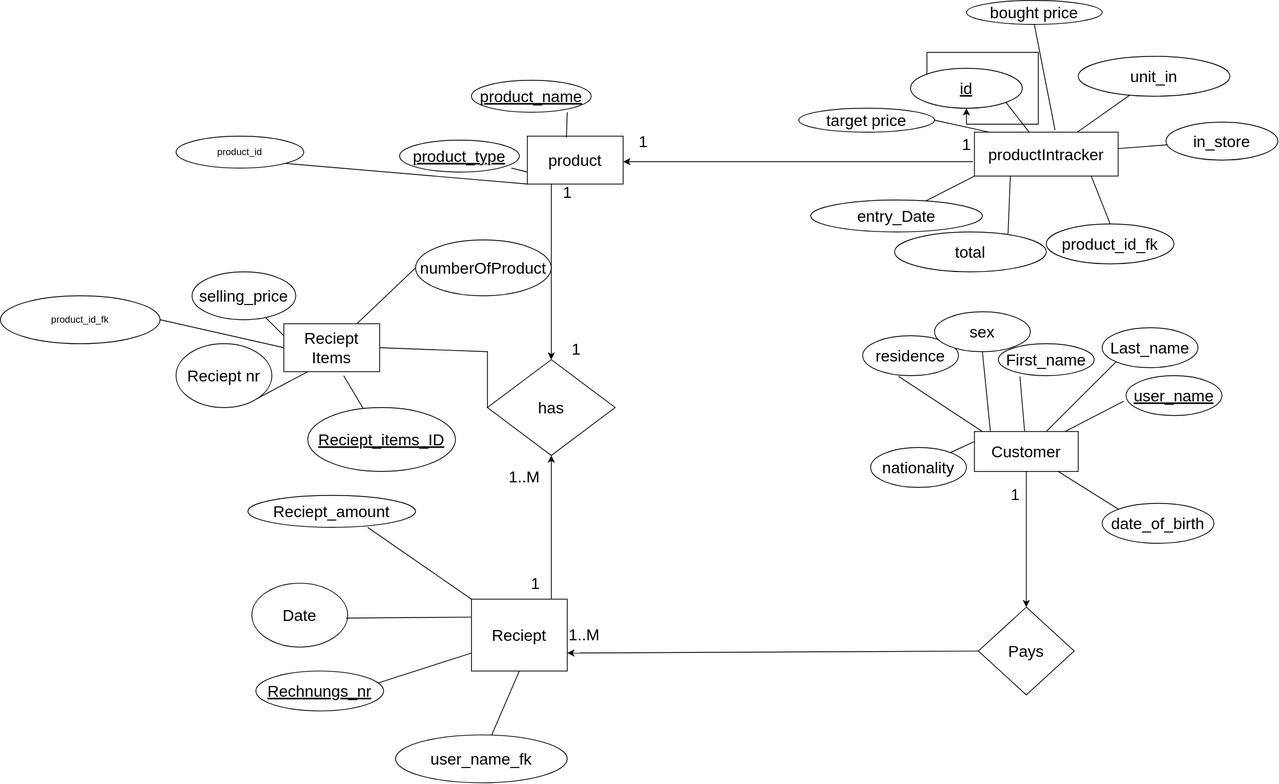
This is svgfiles/DiyaDesktop.svg from bishalmhrjan/JavaFX-Employee-Customer-Product-Manager, a draw.io export, as it was before one commit. Source tidied: cells renumbered, new cells last; positions are measured from the earlier drawing's top-left corner, leaving out a move shared by most shapes.
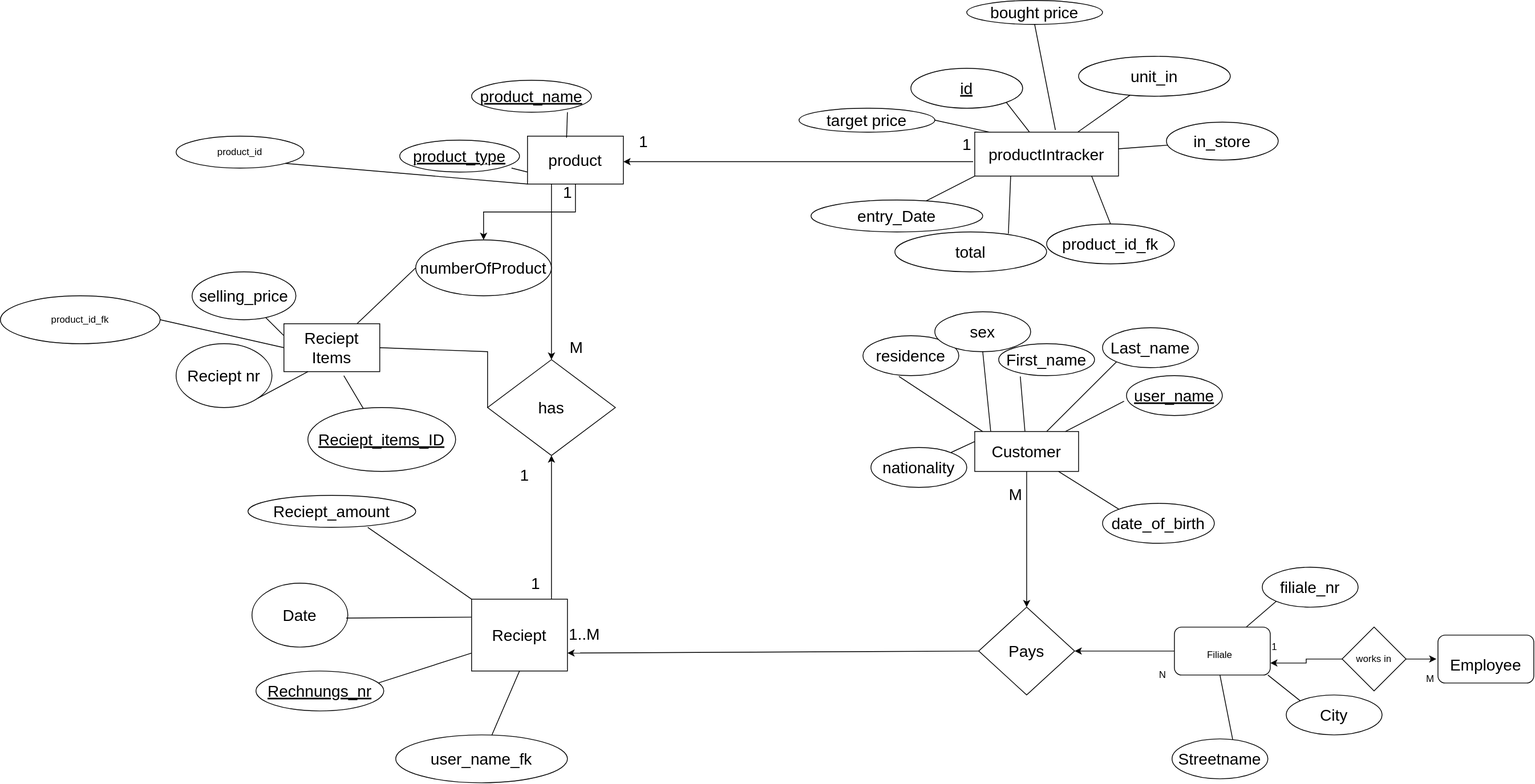
The same file after the commit.

Change to the diagram source:
```diff
@@ -2,6 +2,9 @@
   <root>
     <mxCell id="0" />
     <mxCell id="1" parent="0" />
+    <mxCell id="81" style="edgeStyle=orthogonalEdgeStyle;rounded=0;jettySize=auto;html=1;" parent="1" edge="1" source="2" target="16">
+      <mxGeometry relative="1" as="geometry" />
+    </mxCell>
     <mxCell id="2" value="&lt;font style=&quot;font-size: 20px;&quot;&gt;product&lt;/font&gt;" style="rounded=0;whiteSpace=wrap;html=1;" parent="1" vertex="1">
       <mxGeometry x="660" y="170" width="120" height="60" as="geometry" />
     </mxCell>
@@ -127,7 +130,7 @@
         <mxPoint x="690" y="750" as="sourcePoint" />
       </mxGeometry>
     </mxCell>
-    <mxCell id="40" value="1" style="edgeLabel;html=1;align=center;verticalAlign=middle;fontSize=20;" parent="39" vertex="1">
+    <mxCell id="40" value="M" style="edgeLabel;html=1;align=center;verticalAlign=middle;fontSize=20;" parent="39" vertex="1">
       <mxGeometry x="-0.71" y="-6" relative="1" as="geometry">
         <mxPoint x="24" y="-290" as="offset" />
       </mxGeometry>
@@ -143,7 +146,7 @@
         <mxPoint x="690" y="230" as="sourcePoint" />
       </mxGeometry>
     </mxCell>
-    <mxCell id="44" value="1..M" style="edgeLabel;html=1;align=center;verticalAlign=middle;fontSize=20;" parent="43" vertex="1">
+    <mxCell id="44" value="1" style="edgeLabel;html=1;align=center;verticalAlign=middle;fontSize=20;" parent="43" vertex="1">
       <mxGeometry x="0.74" y="-5" relative="1" as="geometry">
         <mxPoint x="-30" y="172" as="offset" />
       </mxGeometry>
@@ -153,7 +156,7 @@
         <mxPoint x="10" y="532" as="offset" />
       </mxGeometry>
     </mxCell>
-    <mxCell id="46" value="1" style="edgeLabel;html=1;align=center;verticalAlign=middle;fontSize=20;" parent="1" vertex="1">
+    <mxCell id="46" value="M" style="edgeLabel;html=1;align=center;verticalAlign=middle;fontSize=20;" parent="1" vertex="1">
       <mxGeometry x="675" y="732" as="geometry">
         <mxPoint x="595" y="-115" as="offset" />
       </mxGeometry>
@@ -267,8 +270,58 @@
     <mxCell id="79" style="endArrow=none;html=1;rounded=0;fontSize=20;entryX=0.25;entryY=1;entryDx=0;entryDy=0;exitX=0.748;exitY=0.043;exitDx=0;exitDy=0;exitPerimeter=0;" parent="1" edge="1" source="78" target="65">
       <mxGeometry relative="1" as="geometry" />
     </mxCell>
-    <mxCell id="80" style="edgeStyle=orthogonalEdgeStyle;rounded=0;orthogonalLoop=1;jettySize=auto;html=1;exitX=0;exitY=0;exitDx=0;exitDy=0;" parent="1" edge="1" source="67" target="67">
-      <mxGeometry relative="1" as="geometry" />
-    </mxCell>
+    <mxCell id="82" style="edgeStyle=orthogonalEdgeStyle;rounded=0;jettySize=auto;html=1;" parent="1" edge="1" source="83" target="38">
+      <mxGeometry relative="1" as="geometry" />
+    </mxCell>
+    <mxCell id="83" value="&amp;nbsp;" style="rounded=1;whiteSpace=wrap;html=1;" parent="1" vertex="1">
+      <mxGeometry x="1470" y="785" width="120" height="60" as="geometry" />
+    </mxCell>
+    <mxCell id="84" value="Filiale" style="text;html=1;strokeColor=none;fillColor=none;align=center;verticalAlign=middle;whiteSpace=wrap;rounded=0;" parent="1" vertex="1">
+      <mxGeometry x="1467" y="795" width="120" height="50" as="geometry" />
+    </mxCell>
+    <mxCell id="85" value="&lt;span style=&quot;font-size: 20px;&quot;&gt;filiale_nr&lt;/span&gt;" style="ellipse;whiteSpace=wrap;html=1;" parent="1" vertex="1">
+      <mxGeometry x="1580" y="710" width="120" height="50" as="geometry" />
+    </mxCell>
+    <mxCell id="86" value="&amp;nbsp;" style="ellipse;whiteSpace=wrap;html=1;" parent="1" vertex="1">
+      <mxGeometry x="1610" y="870" width="120" height="50" as="geometry" />
+    </mxCell>
+    <mxCell id="87" value="&lt;span style=&quot;font-size: 20px;&quot;&gt;Streetname&lt;/span&gt;" style="ellipse;whiteSpace=wrap;html=1;" parent="1" vertex="1">
+      <mxGeometry x="1467" y="925" width="120" height="50" as="geometry" />
+    </mxCell>
+    <mxCell id="88" value="&lt;span style=&quot;font-size: 20px;&quot;&gt;City&lt;/span&gt;" style="text;html=1;strokeColor=none;fillColor=none;align=center;verticalAlign=middle;whiteSpace=wrap;rounded=0;" parent="1" vertex="1">
+      <mxGeometry x="1620" y="880" width="100" height="30" as="geometry" />
+    </mxCell>
+    <mxCell id="89" style="endArrow=none;html=1;rounded=0;exitX=0;exitY=0;exitDx=0;exitDy=0;entryX=1;entryY=1;entryDx=0;entryDy=0;" parent="1" edge="1" source="86" target="84">
+      <mxGeometry relative="1" as="geometry" />
+    </mxCell>
+    <mxCell id="90" style="endArrow=none;html=1;rounded=0;entryX=0.5;entryY=1;entryDx=0;entryDy=0;exitX=0.633;exitY=0.015;exitDx=0;exitDy=0;exitPerimeter=0;" parent="1" edge="1" source="87" target="84">
+      <mxGeometry relative="1" as="geometry" />
+    </mxCell>
+    <mxCell id="91" style="endArrow=none;html=1;rounded=0;entryX=0;entryY=1;entryDx=0;entryDy=0;exitX=0.75;exitY=0;exitDx=0;exitDy=0;" parent="1" edge="1" source="83" target="85">
+      <mxGeometry relative="1" as="geometry" />
+    </mxCell>
+    <mxCell id="92" value="N" style="text;html=1;align=center;verticalAlign=middle;strokeColor=none;fillColor=none;" parent="1" vertex="1">
+      <mxGeometry x="1440" y="830" width="30" height="30" as="geometry" />
+    </mxCell>
+    <mxCell id="93" style="edgeStyle=orthogonalEdgeStyle;rounded=0;jettySize=auto;html=1;entryX=1;entryY=0.75;entryDx=0;entryDy=0;" parent="1" edge="1" source="95" target="83">
+      <mxGeometry relative="1" as="geometry" />
+    </mxCell>
+    <mxCell id="94" style="edgeStyle=orthogonalEdgeStyle;rounded=0;jettySize=auto;html=1;" parent="1" edge="1" source="95">
+      <mxGeometry relative="1" as="geometry">
+        <mxPoint x="1798" y="825" as="targetPoint" />
+      </mxGeometry>
+    </mxCell>
+    <mxCell id="95" value="works in" style="rhombus;whiteSpace=wrap;html=1;" parent="1" vertex="1">
+      <mxGeometry x="1680" y="785" width="80" height="80" as="geometry" />
+    </mxCell>
+    <mxCell id="96" value="&lt;br&gt;&lt;span style=&quot;font-size: 20px;&quot;&gt;Employee&lt;/span&gt;" style="rounded=1;whiteSpace=wrap;html=1;" parent="1" vertex="1">
+      <mxGeometry x="1800" y="795" width="120" height="60" as="geometry" />
+    </mxCell>
+    <mxCell id="97" value="M" style="text;html=1;align=center;verticalAlign=middle;strokeColor=none;fillColor=none;" parent="1" vertex="1">
+      <mxGeometry x="1775" y="835" width="30" height="30" as="geometry" />
+    </mxCell>
+    <mxCell id="98" value="1" style="text;html=1;align=center;verticalAlign=middle;strokeColor=none;fillColor=none;" parent="1" vertex="1">
+      <mxGeometry x="1580" y="795" width="30" height="30" as="geometry" />
+    </mxCell>
   </root>
 </mxGraphModel>
```
